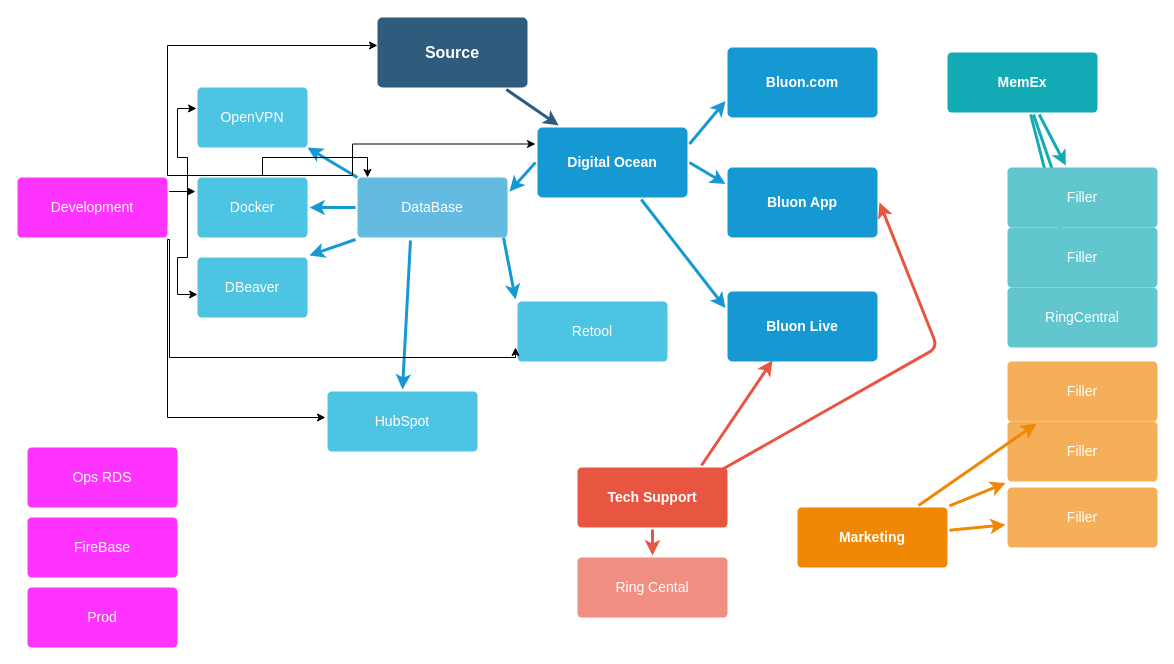
Before: startingFolder-Other/Untitled Diagram.drawio in Bluon-Kyle/diagrams-drawings, a draw.io diagram. Source tidied: cells renumbered, new cells numbered last; positions are measured from the earlier drawing's top-left corner, leaving out a move shared by most shapes. Both pictures are drawn from the tidied source at 100%, with x=0, y=0 at pixel (17, 17).
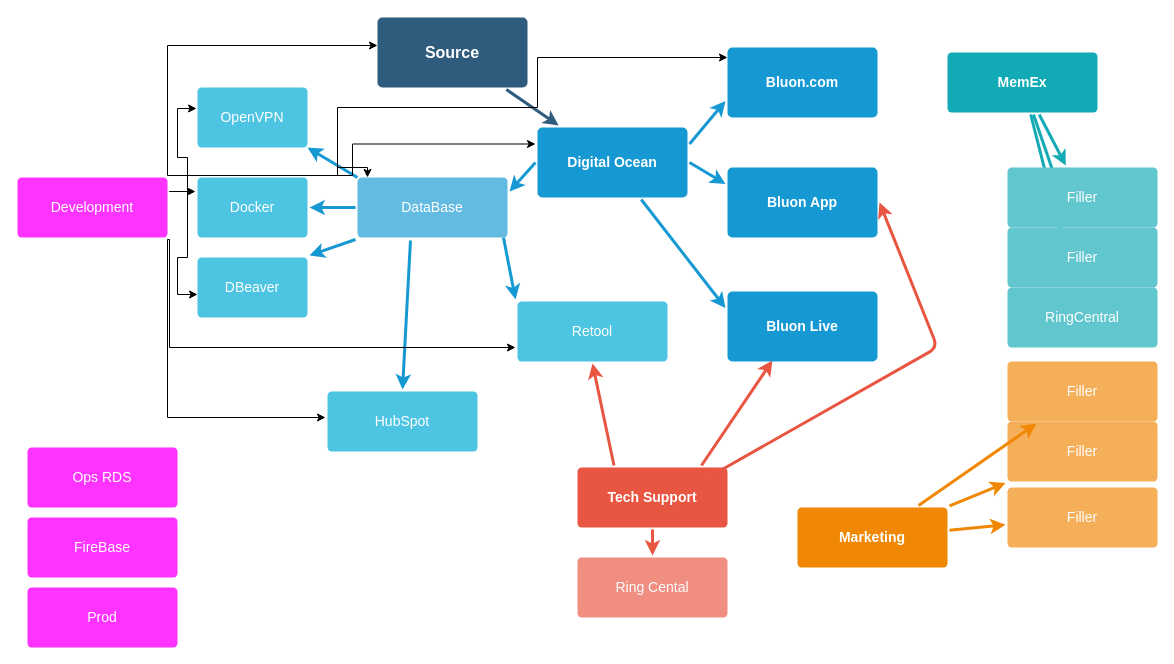
The same page after the edit.

Unchanged cells that the change refers to:
```xml
<mxCell id="6" value="Tech Support" style="rounded=1;whiteSpace=wrap;html=1;shadow=0;labelBackgroundColor=none;strokeColor=none;strokeWidth=3;fillColor=#e85642;fontFamily=Helvetica;fontSize=14;fontColor=#FFFFFF;align=center;spacing=5;fontStyle=1;arcSize=7;perimeterSpacing=2;" parent="1" vertex="1">
  <mxGeometry x="560" y="450" width="150" height="60" as="geometry" />
</mxCell>
<mxCell id="11" value="DataBase" style="rounded=1;whiteSpace=wrap;html=1;shadow=0;labelBackgroundColor=none;strokeColor=none;strokeWidth=3;fillColor=#64bbe2;fontFamily=Helvetica;fontSize=14;fontColor=#FFFFFF;align=center;spacing=5;arcSize=7;perimeterSpacing=2;" parent="1" vertex="1">
  <mxGeometry x="340" y="160" width="150" height="60" as="geometry" />
</mxCell>
<mxCell id="29" value="Retool" style="rounded=1;whiteSpace=wrap;html=1;shadow=0;labelBackgroundColor=none;strokeColor=none;strokeWidth=3;fillColor=#4DC4E2;fontFamily=Helvetica;fontSize=14;fontColor=#FFFFFF;align=center;spacing=5;arcSize=7;perimeterSpacing=2;" parent="1" vertex="1">
  <mxGeometry x="500" y="284" width="150" height="60" as="geometry" />
</mxCell>
<mxCell id="35" value="Bluon.com" style="rounded=1;whiteSpace=wrap;html=1;shadow=0;labelBackgroundColor=none;strokeColor=none;strokeWidth=3;fillColor=#1699d3;fontFamily=Helvetica;fontSize=14;fontColor=#FFFFFF;align=center;spacing=5;fontStyle=1;arcSize=7;perimeterSpacing=2;" parent="1" vertex="1">
  <mxGeometry x="710" y="30" width="150" height="70" as="geometry" />
</mxCell>
<mxCell id="48" value="Development" style="rounded=1;whiteSpace=wrap;html=1;shadow=0;labelBackgroundColor=none;strokeColor=none;strokeWidth=3;fillColor=#FF33FF;fontFamily=Helvetica;fontSize=14;fontColor=#FFFFFF;align=center;spacing=5;arcSize=7;perimeterSpacing=2;" parent="1" vertex="1">
  <mxGeometry y="160" width="150" height="60" as="geometry" />
</mxCell>
```

The edit, as a diff of the source:
```diff
@@
     <mxCell id="43" style="edgeStyle=orthogonalEdgeStyle;rounded=0;jettySize=auto;html=1;exitX=1;exitY=0;exitDx=0;exitDy=0;entryX=0.078;entryY=0.031;entryDx=0;entryDy=0;entryPerimeter=0;" parent="1" edge="1" source="48" target="11">
-      <mxGeometry relative="1" as="geometry" />
+      <mxGeometry relative="1" as="geometry">
+        <Array as="points">
+          <mxPoint x="320" y="158" />
+          <mxPoint x="320" y="150" />
+          <mxPoint x="350" y="150" />
+        </Array>
+      </mxGeometry>
     </mxCell>
@@
     <mxCell id="47" style="edgeStyle=orthogonalEdgeStyle;rounded=0;jettySize=auto;html=1;exitX=1;exitY=1;exitDx=0;exitDy=0;entryX=0;entryY=0.75;entryDx=0;entryDy=0;" parent="1" edge="1" source="48" target="29">
       <mxGeometry relative="1" as="geometry">
         <Array as="points">
-          <mxPoint x="152" y="340" />
-          <mxPoint x="498" y="340" />
+          <mxPoint x="152" y="330" />
         </Array>
       </mxGeometry>
     </mxCell>
+    <mxCell id="54" style="edgeStyle=orthogonalEdgeStyle;rounded=0;jettySize=auto;html=1;exitX=1;exitY=0;exitDx=0;exitDy=0;entryX=0.013;entryY=0.162;entryDx=0;entryDy=0;entryPerimeter=0;" parent="1" edge="1" source="48" target="35">
+      <mxGeometry relative="1" as="geometry">
+        <Array as="points">
+          <mxPoint x="320" y="158" />
+          <mxPoint x="320" y="90" />
+          <mxPoint x="520" y="90" />
+          <mxPoint x="520" y="40" />
+        </Array>
+      </mxGeometry>
+    </mxCell>
@@
+    <mxCell id="55" style="edgeStyle=none;rounded=1;jumpStyle=none;html=1;shadow=0;labelBackgroundColor=none;startArrow=none;startFill=0;jettySize=auto;strokeColor=#E85642;strokeWidth=3;fontFamily=Helvetica;fontSize=14;fontColor=#FFFFFF;spacing=5;fontStyle=1;fillColor=#b0e3e6;exitX=0.25;exitY=0;exitDx=0;exitDy=0;entryX=0.5;entryY=1;entryDx=0;entryDy=0;" parent="1" edge="1" source="6" target="29">
+      <mxGeometry relative="1" as="geometry" />
+    </mxCell>
```
